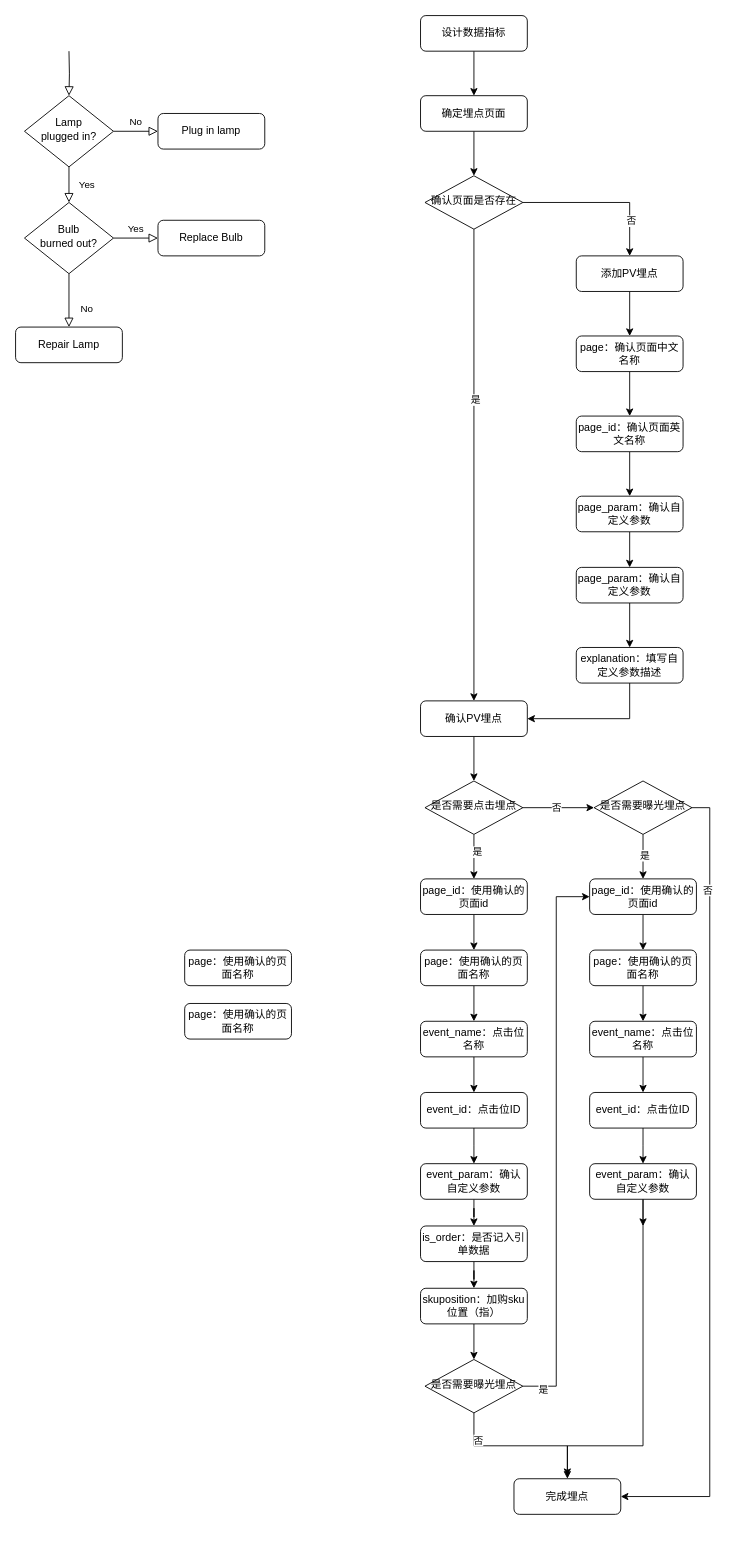
Earlier version of the draw.io diagram 埋点流程.drawio (lihema/lihemahome). Source tidied: cells renumbered, new cells numbered last; positions are measured from the earlier drawing's top-left corner, leaving out a move shared by most shapes. Both pictures are drawn from the tidied source at 89%, with x=0, y=0 at pixel (15, 15).
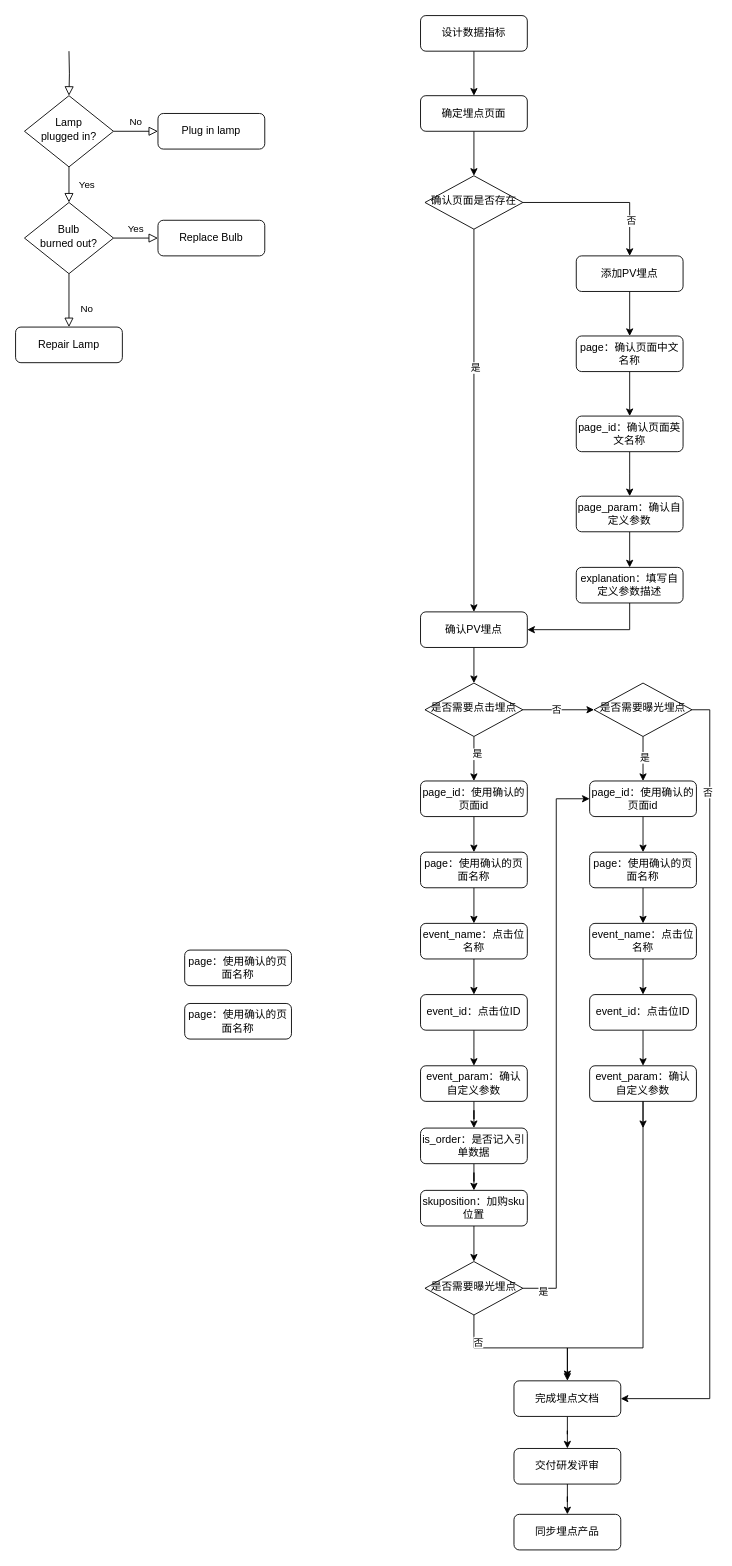
After the change.

Commit message:
更新埋点流程.drawio

The change refers to these unchanged cells:
```xml
<mxCell id="28" value="page_id：确认页面英文名称" style="rounded=1;whiteSpace=wrap;html=1;" parent="1" vertex="1">
  <mxGeometry x="630" y="450" width="120" height="40" as="geometry" />
</mxCell>
```

The edit, as a diff of the source:
```diff
@@
     <mxCell id="22" value="确认PV埋点" style="rounded=1;whiteSpace=wrap;html=1;" parent="1" vertex="1">
-      <mxGeometry x="455" y="770" width="120" height="40" as="geometry" />
+      <mxGeometry x="455" y="670" width="120" height="40" as="geometry" />
     </mxCell>
@@
-    <mxCell id="27" style="edgeStyle=orthogonalEdgeStyle;rounded=0;jettySize=auto;html=1;" parent="1" edge="1" source="28" target="30">
-      <mxGeometry relative="1" as="geometry" />
+    <mxCell id="27" style="edgeStyle=orthogonalEdgeStyle;rounded=0;jettySize=auto;html=1;" parent="1" edge="1" source="28">
+      <mxGeometry relative="1" as="geometry">
+        <mxPoint x="690" y="540" as="targetPoint" />
+      </mxGeometry>
     </mxCell>
@@
-    <mxCell id="29" style="edgeStyle=orthogonalEdgeStyle;rounded=0;jettySize=auto;html=1;" parent="1" edge="1" source="30" target="32">
-      <mxGeometry relative="1" as="geometry" />
-    </mxCell>
-    <mxCell id="30" value="page_param：确认自定义参数" style="rounded=1;whiteSpace=wrap;html=1;" parent="1" vertex="1">
-      <mxGeometry x="630" y="540" width="120" height="40" as="geometry" />
-    </mxCell>
@@
     <mxCell id="32" value="page_param：确认自定义参数" style="rounded=1;whiteSpace=wrap;html=1;" parent="1" vertex="1">
-      <mxGeometry x="630" y="620" width="120" height="40" as="geometry" />
+      <mxGeometry x="630" y="540" width="120" height="40" as="geometry" />
     </mxCell>
@@
     <mxCell id="34" value="&lt;span style=&quot;text-align: left&quot;&gt;explanation&lt;/span&gt;：填写自定义参数描述" style="rounded=1;whiteSpace=wrap;html=1;" parent="1" vertex="1">
-      <mxGeometry x="630" y="710" width="120" height="40" as="geometry" />
+      <mxGeometry x="630" y="620" width="120" height="40" as="geometry" />
     </mxCell>
@@
     <mxCell id="39" value="是否需要点击埋点" style="rhombus;whiteSpace=wrap;html=1;shadow=0;fontFamily=Helvetica;fontSize=12;align=center;strokeWidth=1;spacing=6;spacingTop=-4;" parent="1" vertex="1">
-      <mxGeometry x="460" y="860" width="110" height="60" as="geometry" />
+      <mxGeometry x="460" y="750" width="110" height="60" as="geometry" />
     </mxCell>
@@
     <mxCell id="41" value="page_id：使用确认的页面id" style="rounded=1;whiteSpace=wrap;html=1;" parent="1" vertex="1">
-      <mxGeometry x="455" y="970" width="120" height="40" as="geometry" />
+      <mxGeometry x="455" y="860" width="120" height="40" as="geometry" />
     </mxCell>
@@
     <mxCell id="46" value="是否需要曝光埋点" style="rhombus;whiteSpace=wrap;html=1;shadow=0;fontFamily=Helvetica;fontSize=12;align=center;strokeWidth=1;spacing=6;spacingTop=-4;" parent="1" vertex="1">
-      <mxGeometry x="650" y="860" width="110" height="60" as="geometry" />
+      <mxGeometry x="650" y="750" width="110" height="60" as="geometry" />
     </mxCell>
+    <mxCell id="78" style="edgeStyle=orthogonalEdgeStyle;rounded=0;jettySize=auto;html=1;" parent="1" edge="1" source="47" target="80">
+      <mxGeometry relative="1" as="geometry" />
+    </mxCell>
-    <mxCell id="47" value="完成埋点" style="rounded=1;whiteSpace=wrap;html=1;" parent="1" vertex="1">
-      <mxGeometry x="560" y="1644" width="120" height="40" as="geometry" />
+    <mxCell id="47" value="完成埋点文档" style="rounded=1;whiteSpace=wrap;html=1;" parent="1" vertex="1">
+      <mxGeometry x="560" y="1534" width="120" height="40" as="geometry" />
     </mxCell>
@@
     <mxCell id="49" value="page：使用确认的页面名称" style="rounded=1;whiteSpace=wrap;html=1;" parent="1" vertex="1">
-      <mxGeometry x="455" y="1050" width="120" height="40" as="geometry" />
+      <mxGeometry x="455" y="940" width="120" height="40" as="geometry" />
     </mxCell>
@@
     <mxCell id="53" value="event_name：点击位名称" style="rounded=1;whiteSpace=wrap;html=1;" parent="1" vertex="1">
-      <mxGeometry x="455" y="1130" width="120" height="40" as="geometry" />
+      <mxGeometry x="455" y="1020" width="120" height="40" as="geometry" />
     </mxCell>
     <mxCell id="54" style="edgeStyle=orthogonalEdgeStyle;rounded=0;jettySize=auto;html=1;" parent="1" edge="1" source="55">
       <mxGeometry relative="1" as="geometry">
-        <mxPoint x="515" y="1290" as="targetPoint" />
+        <mxPoint x="515" y="1180" as="targetPoint" />
       </mxGeometry>
     </mxCell>
     <mxCell id="55" value="event_id：点击位ID" style="rounded=1;whiteSpace=wrap;html=1;" parent="1" vertex="1">
-      <mxGeometry x="455" y="1210" width="120" height="40" as="geometry" />
+      <mxGeometry x="455" y="1100" width="120" height="40" as="geometry" />
     </mxCell>
@@
     <mxCell id="57" value="is_order：是否记入引单数据" style="rounded=1;whiteSpace=wrap;html=1;" parent="1" vertex="1">
-      <mxGeometry x="455" y="1360" width="120" height="40" as="geometry" />
+      <mxGeometry x="455" y="1250" width="120" height="40" as="geometry" />
     </mxCell>
@@
-    <mxCell id="59" value="skuposition：加购sku位置（指）" style="rounded=1;whiteSpace=wrap;html=1;" parent="1" vertex="1">
-      <mxGeometry x="455" y="1430" width="120" height="40" as="geometry" />
+    <mxCell id="59" value="skuposition：加购sku位置" style="rounded=1;whiteSpace=wrap;html=1;" parent="1" vertex="1">
+      <mxGeometry x="455" y="1320" width="120" height="40" as="geometry" />
     </mxCell>
@@
     <mxCell id="61" value="event_param：确认自定义参数" style="rounded=1;whiteSpace=wrap;html=1;" parent="1" vertex="1">
-      <mxGeometry x="455" y="1290" width="120" height="40" as="geometry" />
+      <mxGeometry x="455" y="1180" width="120" height="40" as="geometry" />
     </mxCell>
@@
     <mxCell id="63" value="page_id：使用确认的页面id" style="rounded=1;whiteSpace=wrap;html=1;" parent="1" vertex="1">
-      <mxGeometry x="645" y="970" width="120" height="40" as="geometry" />
+      <mxGeometry x="645" y="860" width="120" height="40" as="geometry" />
     </mxCell>
@@
     <mxCell id="65" value="page：使用确认的页面名称" style="rounded=1;whiteSpace=wrap;html=1;" parent="1" vertex="1">
-      <mxGeometry x="645" y="1050" width="120" height="40" as="geometry" />
+      <mxGeometry x="645" y="940" width="120" height="40" as="geometry" />
     </mxCell>
@@
     <mxCell id="67" value="event_name：点击位名称" style="rounded=1;whiteSpace=wrap;html=1;" parent="1" vertex="1">
-      <mxGeometry x="645" y="1130" width="120" height="40" as="geometry" />
+      <mxGeometry x="645" y="1020" width="120" height="40" as="geometry" />
     </mxCell>
     <mxCell id="68" style="edgeStyle=orthogonalEdgeStyle;rounded=0;jettySize=auto;html=1;" parent="1" edge="1" source="69">
       <mxGeometry relative="1" as="geometry">
-        <mxPoint x="705" y="1290" as="targetPoint" />
+        <mxPoint x="705" y="1180" as="targetPoint" />
       </mxGeometry>
     </mxCell>
     <mxCell id="69" value="event_id：点击位ID" style="rounded=1;whiteSpace=wrap;html=1;" parent="1" vertex="1">
-      <mxGeometry x="645" y="1210" width="120" height="40" as="geometry" />
+      <mxGeometry x="645" y="1100" width="120" height="40" as="geometry" />
     </mxCell>
     <mxCell id="70" style="edgeStyle=orthogonalEdgeStyle;rounded=0;jettySize=auto;html=1;" parent="1" edge="1" source="72">
       <mxGeometry relative="1" as="geometry">
-        <mxPoint x="705" y="1360" as="targetPoint" />
+        <mxPoint x="705" y="1250" as="targetPoint" />
       </mxGeometry>
     </mxCell>
     <mxCell id="71" style="edgeStyle=orthogonalEdgeStyle;rounded=0;orthogonalLoop=1;jettySize=auto;html=1;entryX=0.5;entryY=0;entryDx=0;entryDy=0;" parent="1" edge="1">
       <mxGeometry relative="1" as="geometry">
-        <mxPoint x="705" y="1327" as="sourcePoint" />
-        <mxPoint x="620" y="1641" as="targetPoint" />
+        <mxPoint x="705" y="1217" as="sourcePoint" />
+        <mxPoint x="620" y="1531" as="targetPoint" />
         <Array as="points">
-          <mxPoint x="705" y="1607" />
-          <mxPoint x="620" y="1607" />
+          <mxPoint x="705" y="1497" />
+          <mxPoint x="620" y="1497" />
         </Array>
       </mxGeometry>
     </mxCell>
     <mxCell id="72" value="event_param：确认自定义参数" style="rounded=1;whiteSpace=wrap;html=1;" parent="1" vertex="1">
-      <mxGeometry x="645" y="1290" width="120" height="40" as="geometry" />
+      <mxGeometry x="645" y="1180" width="120" height="40" as="geometry" />
     </mxCell>
@@
     <mxCell id="77" value="是否需要曝光埋点" style="rhombus;whiteSpace=wrap;html=1;shadow=0;fontFamily=Helvetica;fontSize=12;align=center;strokeWidth=1;spacing=6;spacingTop=-4;" parent="1" vertex="1">
-      <mxGeometry x="460" y="1510" width="110" height="60" as="geometry" />
+      <mxGeometry x="460" y="1400" width="110" height="60" as="geometry" />
     </mxCell>
+    <mxCell id="79" style="edgeStyle=orthogonalEdgeStyle;rounded=0;jettySize=auto;html=1;" parent="1" edge="1" source="80" target="81">
+      <mxGeometry relative="1" as="geometry" />
+    </mxCell>
+    <mxCell id="80" value="交付研发评审" style="rounded=1;whiteSpace=wrap;html=1;" parent="1" vertex="1">
+      <mxGeometry x="560" y="1610" width="120" height="40" as="geometry" />
+    </mxCell>
+    <mxCell id="81" value="同步埋点产品" style="rounded=1;whiteSpace=wrap;html=1;" parent="1" vertex="1">
+      <mxGeometry x="560" y="1684" width="120" height="40" as="geometry" />
+    </mxCell>
```
